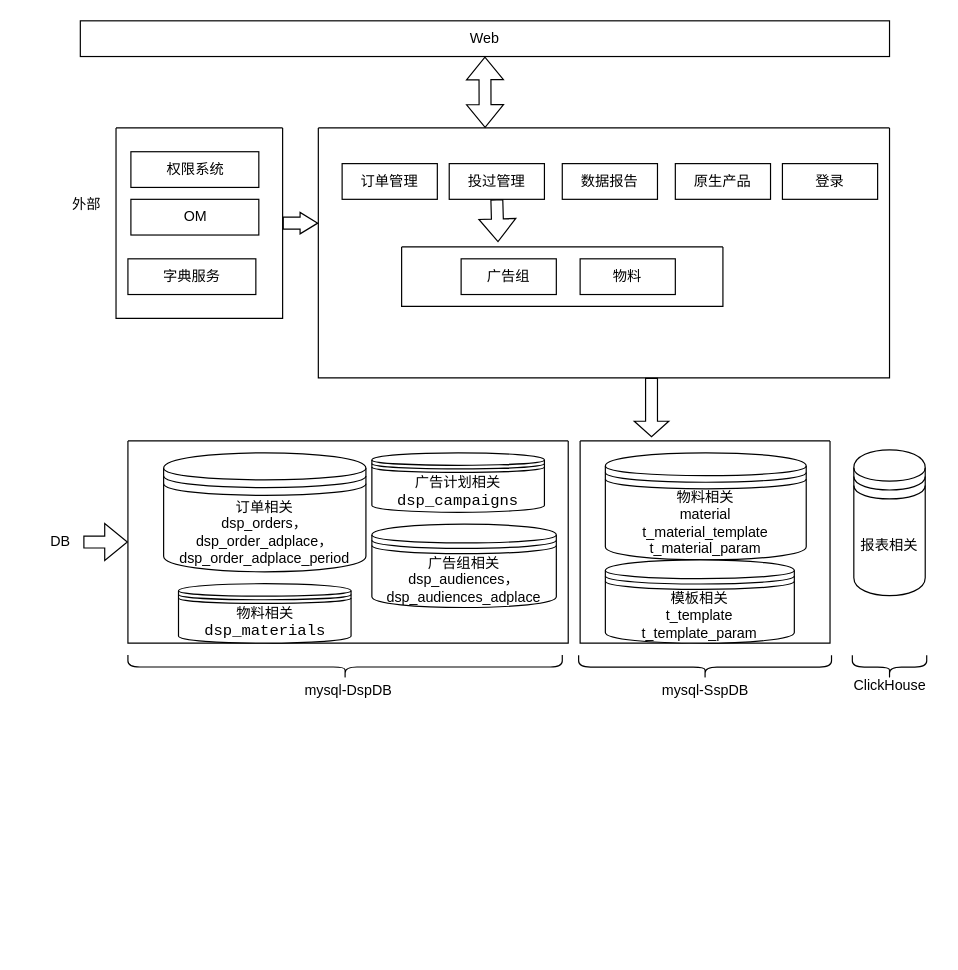
This is old.drawio from huankong/processon, a draw.io file, before an edit. Source tidied: cells renumbered, new cells numbered last; positions are measured from the earlier drawing's top-left corner, leaving out a move shared by most shapes. Both pictures are drawn from the tidied source at 119%, with x=0, y=0 at pixel (35, 20).
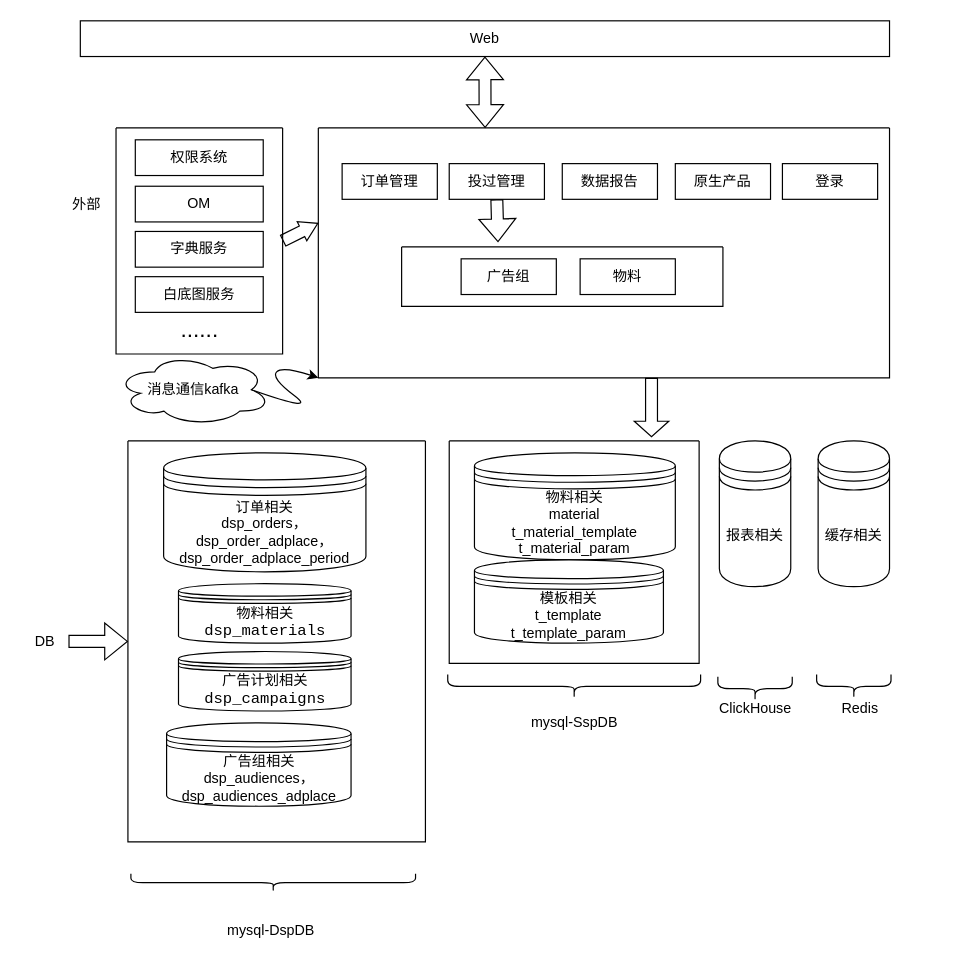
Above is the later version.

Unchanged cells that the change refers to:
```xml
<mxCell id="3" style="swimlane;startSize=0;" parent="1" vertex="1">
  <mxGeometry x="238" y="90" width="480" height="210" as="geometry" />
</mxCell>
```

Change to the diagram source:
```diff
@@
     <mxCell id="14" value="DB" style="text;html=1;align=center;verticalAlign=middle;points=[];strokeColor=none;fillColor=none;" parent="1" vertex="1">
-      <mxGeometry x="0.5" y="423" width="40" height="30" as="geometry" />
+      <mxGeometry x="-12" y="506.5" width="40" height="30" as="geometry" />
     </mxCell>
     <mxCell id="15" style="swimlane;startSize=0;" parent="1" vertex="1">
-      <mxGeometry x="78" y="353" width="370" height="170" as="geometry" />
+      <mxGeometry x="78" y="353" width="250" height="337" as="geometry" />
     </mxCell>
@@
     <mxCell id="17" value="广告计划相关&lt;span style=&quot;background-color: rgb(255, 255, 255); font-family: &amp;quot;JetBrains Mono&amp;quot;, monospace; font-size: 9.8pt;&quot;&gt;dsp_campaigns&lt;/span&gt;" style="shape=datastore;whiteSpace=wrap;html=1;" parent="15" vertex="1">
-      <mxGeometry x="205" y="10" width="145" height="50" as="geometry" />
+      <mxGeometry x="42.5" y="177" width="145" height="50" as="geometry" />
     </mxCell>
     <mxCell id="18" value="&lt;font style=&quot;font-size: 12px;&quot;&gt;&lt;br&gt;&lt;span style=&quot;font-family: 微软雅黑; background-color: initial;&quot;&gt;广告组相关&lt;/span&gt;&lt;br&gt;&lt;/font&gt;&lt;font style=&quot;font-size: 12px;&quot;&gt;&lt;span style=&quot;background-color: initial; font-family: Arial;&quot;&gt;dsp_audiences&lt;/span&gt;&lt;span style=&quot;background-color: initial; font-family: 微软雅黑;&quot;&gt;，&lt;/span&gt;&lt;span style=&quot;background-color: initial; font-family: Arial;&quot;&gt;dsp_audiences_adplace&lt;/span&gt;&lt;br&gt;&lt;/font&gt;&lt;font style=&quot;font-size: 12px;&quot;&gt;&lt;br&gt;&lt;/font&gt;" style="shape=datastore;whiteSpace=wrap;html=1;" parent="15" vertex="1">
-      <mxGeometry x="205" y="70" width="155" height="70" as="geometry" />
+      <mxGeometry x="32.5" y="237" width="155" height="70" as="geometry" />
     </mxCell>
@@
     <mxCell id="21" style="shape=curlyBracket;whiteSpace=wrap;html=1;rounded=1;flipH=1;labelPosition=right;verticalLabelPosition=middle;align=left;verticalAlign=middle;fontSize=12;rotation=90;" parent="1" vertex="1">
-      <mxGeometry x="250.5" y="360.5" width="20" height="365" as="geometry" />
+      <mxGeometry x="192.6" y="604.6" width="15" height="239.2" as="geometry" />
     </mxCell>
     <mxCell id="22" value="mysql-DspDB" style="text;html=1;align=center;verticalAlign=middle;strokeColor=none;fillColor=none;fontSize=12;" parent="1" vertex="1">
-      <mxGeometry x="213" y="548" width="100" height="30" as="geometry" />
+      <mxGeometry x="148" y="750" width="100" height="30" as="geometry" />
     </mxCell>
     <mxCell id="23" style="swimlane;startSize=0;" parent="1" vertex="1">
-      <mxGeometry x="458" y="353" width="210" height="170" as="geometry" />
+      <mxGeometry x="348" y="353" width="210" height="187" as="geometry" />
     </mxCell>
@@
     <mxCell id="26" style="shape=curlyBracket;whiteSpace=wrap;html=1;rounded=1;flipH=1;labelPosition=right;verticalLabelPosition=middle;align=left;verticalAlign=middle;fontSize=12;rotation=90;" parent="1" vertex="1">
-      <mxGeometry x="553" y="436.8" width="20" height="212.5" as="geometry" />
+      <mxGeometry x="443" y="453" width="20" height="212.5" as="geometry" />
     </mxCell>
     <mxCell id="27" value="mysql-SspDB" style="text;html=1;align=center;verticalAlign=middle;strokeColor=none;fillColor=none;fontSize=12;" parent="1" vertex="1">
-      <mxGeometry x="513" y="548" width="100" height="30" as="geometry" />
+      <mxGeometry x="403" y="574.6" width="100" height="30" as="geometry" />
     </mxCell>
     <mxCell id="28" value="&lt;span style=&quot;background-color: initial; font-family: 微软雅黑;&quot;&gt;报表相关&lt;/span&gt;&lt;br&gt;" style="shape=datastore;whiteSpace=wrap;html=1;" parent="1" vertex="1">
-      <mxGeometry x="688" y="360.5" width="60" height="122.5" as="geometry" />
+      <mxGeometry x="575" y="353" width="60" height="122.5" as="geometry" />
     </mxCell>
     <mxCell id="29" style="shape=curlyBracket;whiteSpace=wrap;html=1;rounded=1;flipH=1;labelPosition=right;verticalLabelPosition=middle;align=left;verticalAlign=middle;fontSize=12;rotation=90;size=0.5;" parent="1" vertex="1">
-      <mxGeometry x="708" y="511.8" width="20" height="62.5" as="geometry" />
+      <mxGeometry x="595" y="530" width="20" height="62.5" as="geometry" />
     </mxCell>
     <mxCell id="30" value="ClickHouse" style="text;html=1;align=center;verticalAlign=middle;strokeColor=none;fillColor=none;fontSize=12;" parent="1" vertex="1">
-      <mxGeometry x="678" y="544.2" width="80" height="30" as="geometry" />
+      <mxGeometry x="565" y="562.5" width="80" height="30" as="geometry" />
     </mxCell>
@@
     <mxCell id="32" style="swimlane;startSize=0;fontSize=12;" parent="1" vertex="1">
-      <mxGeometry x="68" y="90" width="140" height="160" as="geometry" />
+      <mxGeometry x="68" y="90" width="140" height="190" as="geometry" />
     </mxCell>
     <mxCell id="33" value="权限系统" style="rounded=0;whiteSpace=wrap;html=1;" parent="32" vertex="1">
-      <mxGeometry x="12.5" y="20" width="107.5" height="30" as="geometry" />
+      <mxGeometry x="16.2" y="10" width="107.5" height="30" as="geometry" />
     </mxCell>
     <mxCell id="34" value="OM" style="rounded=0;whiteSpace=wrap;html=1;" parent="32" vertex="1">
-      <mxGeometry x="12.5" y="60" width="107.5" height="30" as="geometry" />
+      <mxGeometry x="16.2" y="49" width="107.5" height="30" as="geometry" />
     </mxCell>
     <mxCell id="35" value="字典服务" style="rounded=0;whiteSpace=wrap;html=1;" parent="32" vertex="1">
-      <mxGeometry x="10" y="110" width="107.5" height="30" as="geometry" />
+      <mxGeometry x="16.2" y="87" width="107.5" height="30" as="geometry" />
     </mxCell>
+    <mxCell id="38" value="白底图服务" style="rounded=0;whiteSpace=wrap;html=1;" parent="32" vertex="1">
+      <mxGeometry x="16.2" y="125" width="107.5" height="30" as="geometry" />
+    </mxCell>
+    <mxCell id="39" value="&lt;font style=&quot;font-size: 19px;&quot;&gt;......&lt;/font&gt;" style="text;html=1;align=center;verticalAlign=middle;strokeColor=none;fillColor=none;fontSize=12;" parent="32" vertex="1">
+      <mxGeometry x="40" y="150" width="60" height="40" as="geometry" />
+    </mxCell>
@@
+    <mxCell id="40" value="&lt;span style=&quot;background-color: initial; font-family: 微软雅黑;&quot;&gt;缓存相关&lt;/span&gt;" style="shape=datastore;whiteSpace=wrap;html=1;" parent="1" vertex="1">
+      <mxGeometry x="658" y="353" width="60" height="122.5" as="geometry" />
+    </mxCell>
+    <mxCell id="41" style="shape=curlyBracket;whiteSpace=wrap;html=1;rounded=1;flipH=1;labelPosition=right;verticalLabelPosition=middle;align=left;verticalAlign=middle;fontSize=12;rotation=90;size=0.5;" parent="1" vertex="1">
+      <mxGeometry x="678" y="528" width="20" height="62.5" as="geometry" />
+    </mxCell>
+    <mxCell id="42" value="Redis" style="text;html=1;align=center;verticalAlign=middle;strokeColor=none;fillColor=none;fontSize=12;" parent="1" vertex="1">
+      <mxGeometry x="668" y="562.5" width="50" height="30" as="geometry" />
+    </mxCell>
+    <mxCell id="43" value="消息通信kafka" style="ellipse;shape=cloud;whiteSpace=wrap;html=1;fontSize=12;" parent="1" vertex="1">
+      <mxGeometry x="68" y="280" width="130" height="60" as="geometry" />
+    </mxCell>
+    <mxCell id="44" style="curved=1;endArrow=classic;html=1;rounded=0;fontSize=12;exitX=0.875;exitY=0.5;exitDx=0;exitDy=0;exitPerimeter=0;entryX=0;entryY=1;entryDx=0;entryDy=0;" parent="1" edge="1" source="43" target="3">
+      <mxGeometry relative="1" as="geometry">
+        <Array as="points">
+          <mxPoint x="238" y="330" />
+          <mxPoint x="198" y="300" />
+          <mxPoint x="208" y="290" />
+        </Array>
+      </mxGeometry>
+    </mxCell>
```
